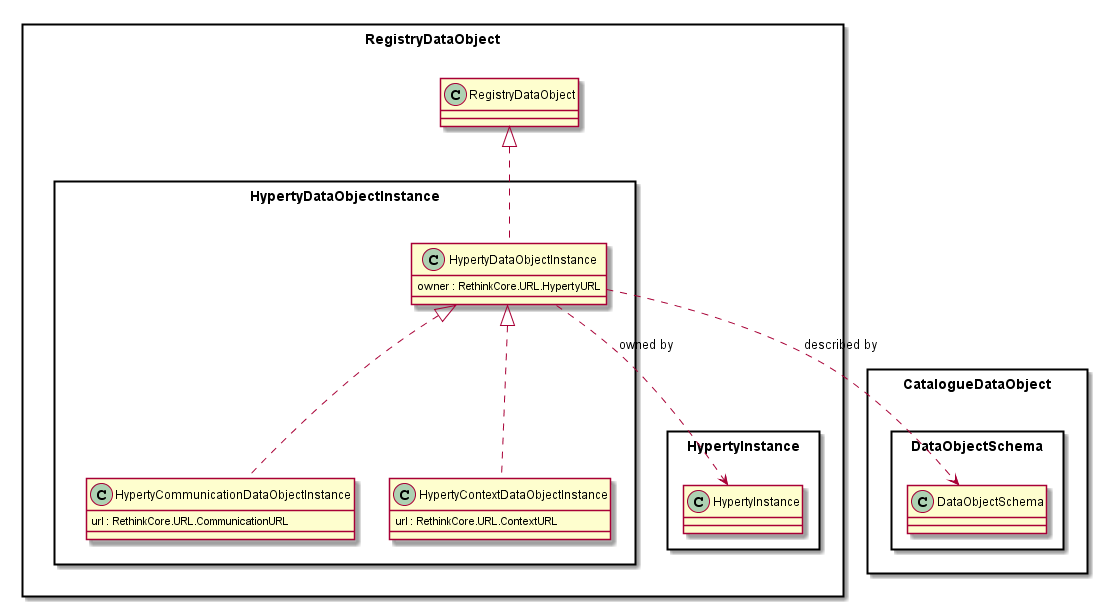
The PlantUML diagram docs/datamodel/Hyperty-Data-Object-Instance-Model.png in reTHINK-project/dev-service-framework, before a commit.
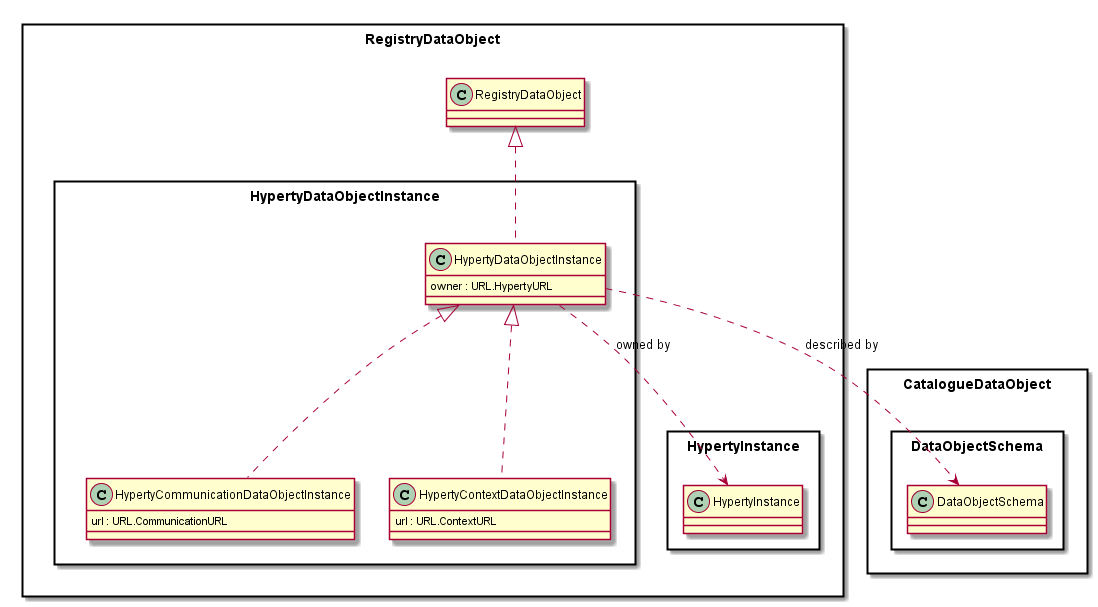
The same diagram one commit later.

Change to the diagram source:
```diff
@@ -11,15 +11,15 @@
 package HypertyDataObjectInstance <<Rect>> {
 
 	class HypertyDataObjectInstance {
-		owner : RethinkCore.URL.HypertyURL
+		owner : URL.HypertyURL
 		}
 
 	class HypertyCommunicationDataObjectInstance {
-		url : RethinkCore.URL.CommunicationURL
+		url : URL.CommunicationURL
 		}
 
 	class HypertyContextDataObjectInstance {
-		url : RethinkCore.URL.ContextURL
+		url : URL.ContextURL
 		}
 		}
 
```
